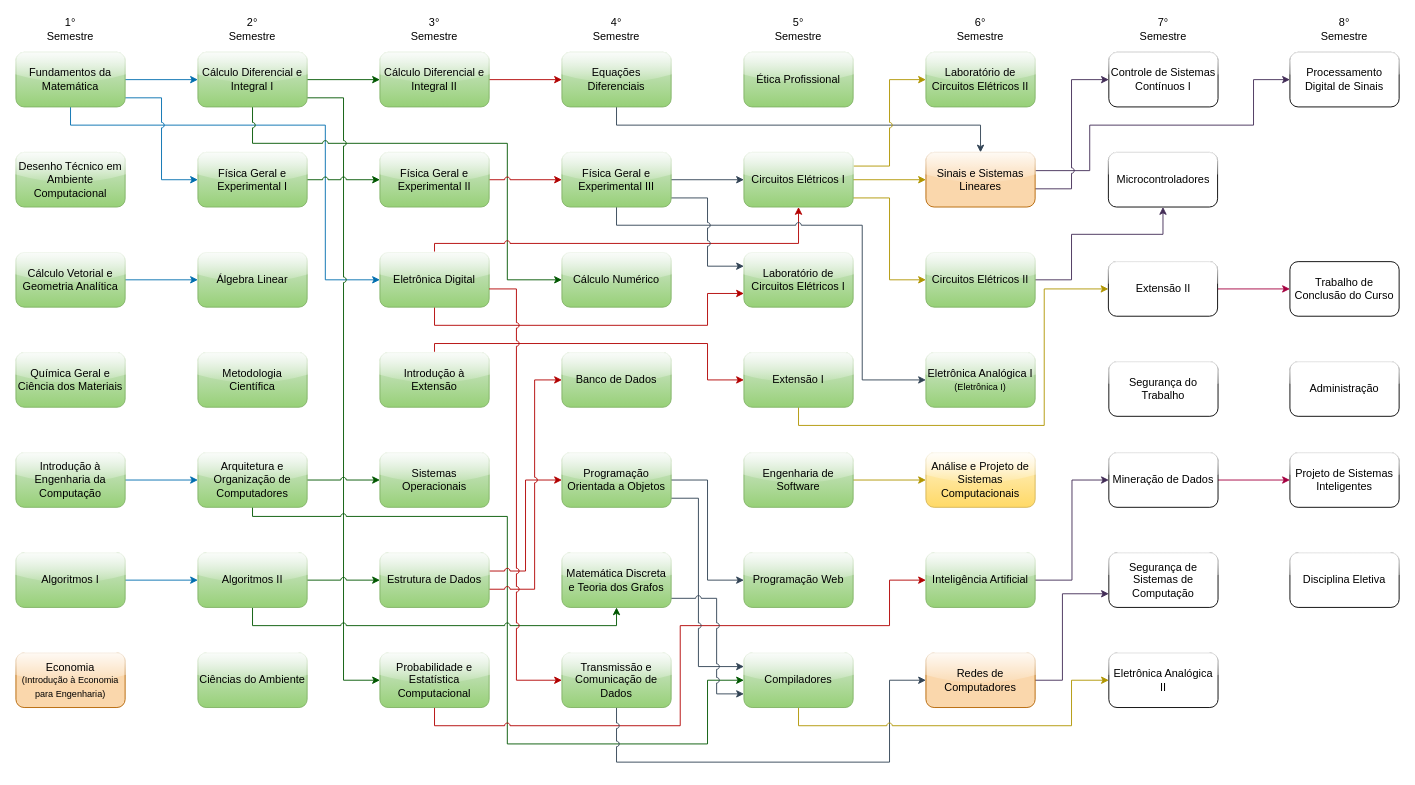
Earlier version of the draw.io diagram fluxograma-disciplinas.drawio (mateus-s-a/IFMT_Eng_Computacao). Source tidied: cells renumbered, new cells numbered last; positions are measured from the earlier drawing's top-left corner, leaving out a move shared by most shapes. Both pictures are drawn from the tidied source at 91%, with x=0, y=0 at pixel (15, 15).
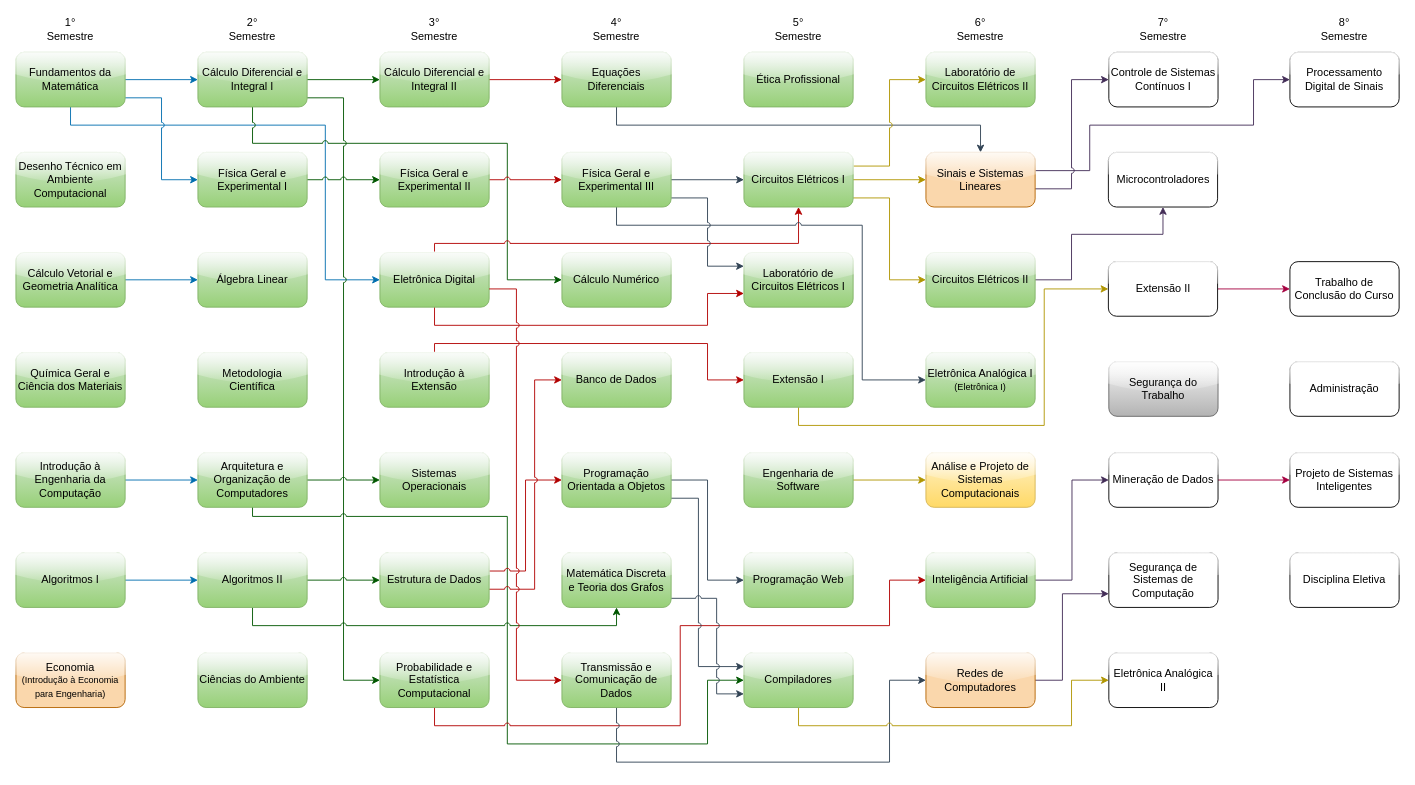
After the change.

The change refers to these unchanged cells:
```xml
<mxCell id="100" style="group;" parent="1" vertex="1">
  <mxGeometry x="1200.5" width="120.5" height="760" as="geometry" />
</mxCell>
```

Change to the diagram source:
```diff
@@
-    <mxCell id="104" value="Segurança do Trabalho" style="rounded=1;whiteSpace=wrap;html=1;glass=1;" parent="100" vertex="1">
+    <mxCell id="104" value="Segurança do Trabalho" style="rounded=1;whiteSpace=wrap;html=1;glass=1;fillColor=#f5f5f5;gradientColor=#b3b3b3;strokeColor=#666666;" parent="100" vertex="1">
       <mxGeometry x="0.5" y="380" width="120" height="60" as="geometry" />
     </mxCell>
```
